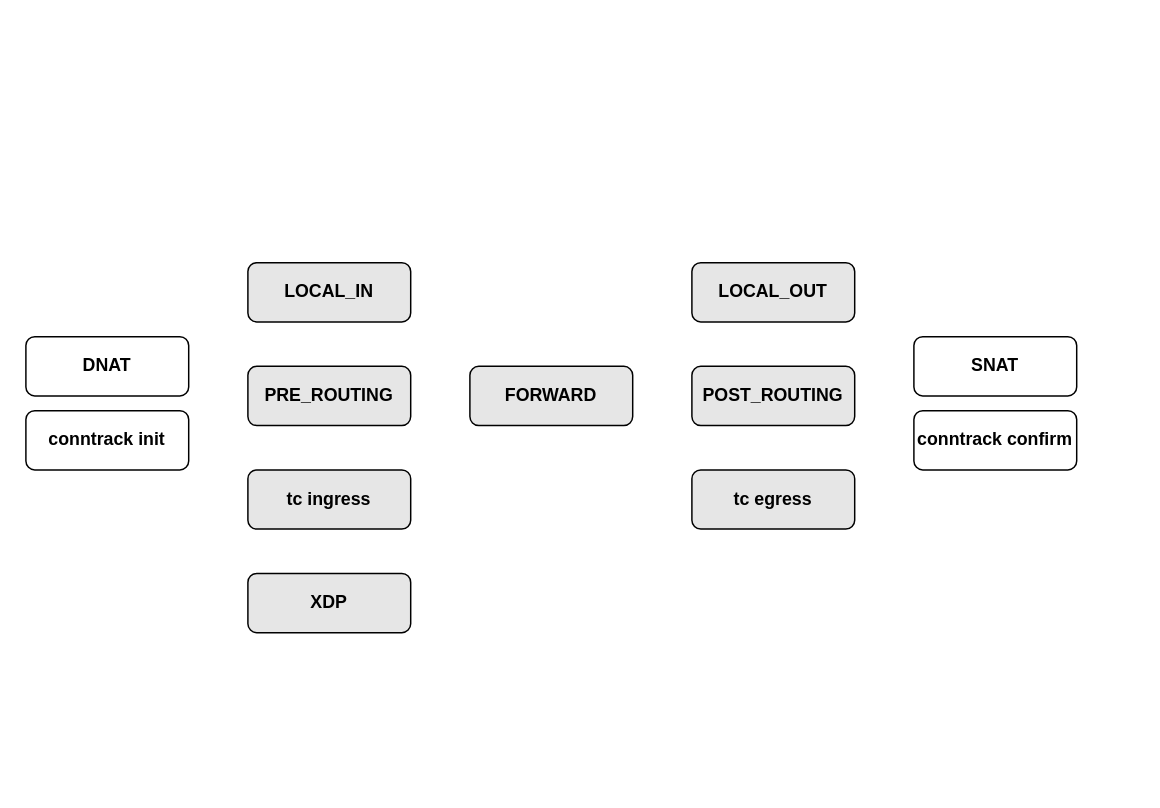
This is xmasq.drawio from AirbornWdd/doc, a draw.io file, before an edit. Source tidied: cells renumbered, new cells numbered last; positions are measured from the earlier drawing's top-left corner, leaving out a move shared by most shapes. Both pictures are drawn from the tidied source at 148%, with x=0, y=0 at pixel (25, 262).
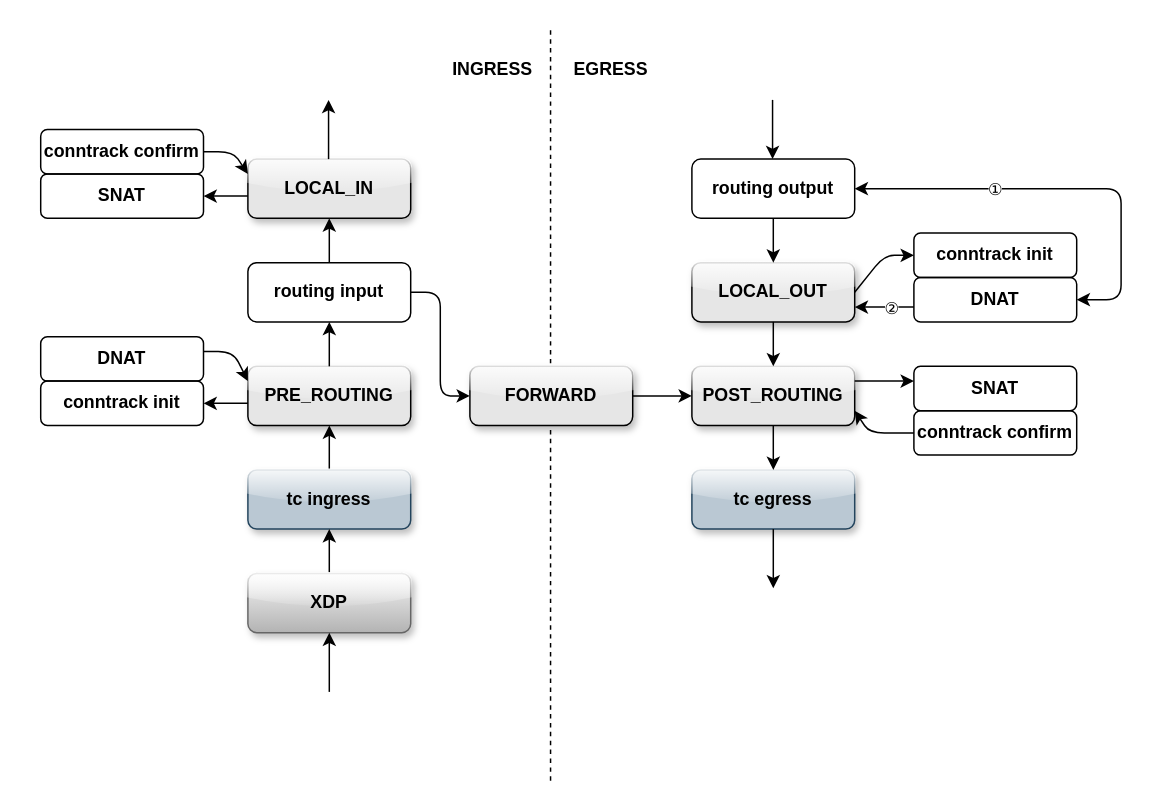
The same diagram, later.

Change to the diagram source:
```diff
@@
+    <mxCell id="14" style="edgeStyle=orthogonalEdgeStyle;rounded=0;jettySize=auto;html=1;" parent="1" edge="1" source="2" target="5">
+      <mxGeometry relative="1" as="geometry" />
+    </mxCell>
-    <mxCell id="2" value="&lt;b&gt;tc ingress&lt;/b&gt;" style="rounded=1;whiteSpace=wrap;html=1;fillColor=#E6E6E6;" parent="1" vertex="1">
+    <mxCell id="2" value="&lt;b&gt;tc ingress&lt;/b&gt;" style="rounded=1;whiteSpace=wrap;html=1;fillColor=#bac8d3;glass=1;shadow=1;sketch=0;strokeColor=#23445d;" parent="1" vertex="1">
       <mxGeometry x="150" y="140" width="110" height="40" as="geometry" />
     </mxCell>
-    <mxCell id="3" value="&lt;b&gt;tc egress&lt;/b&gt;" style="rounded=1;whiteSpace=wrap;html=1;fillColor=#E6E6E6;" parent="1" vertex="1">
+    <mxCell id="3" value="&lt;b&gt;tc egress&lt;/b&gt;" style="rounded=1;whiteSpace=wrap;html=1;fillColor=#bac8d3;glass=1;shadow=1;sketch=0;strokeColor=#23445d;" parent="1" vertex="1">
       <mxGeometry x="450" y="140" width="110" height="40" as="geometry" />
     </mxCell>
+    <mxCell id="15" style="edgeStyle=orthogonalEdgeStyle;rounded=0;jettySize=auto;html=1;entryX=0.5;entryY=1;entryDx=0;entryDy=0;" parent="1" edge="1" source="4" target="2">
+      <mxGeometry relative="1" as="geometry" />
+    </mxCell>
-    <mxCell id="4" value="&lt;b&gt;XDP&lt;/b&gt;" style="rounded=1;whiteSpace=wrap;html=1;fillColor=#E6E6E6;" parent="1" vertex="1">
+    <mxCell id="4" value="&lt;b&gt;XDP&lt;/b&gt;" style="rounded=1;whiteSpace=wrap;html=1;fillColor=#f5f5f5;glass=1;shadow=1;strokeColor=#666666;gradientColor=#b3b3b3;" parent="1" vertex="1">
       <mxGeometry x="150" y="210" width="110" height="40" as="geometry" />
     </mxCell>
-    <mxCell id="5" value="&lt;b&gt;PRE_ROUTING&lt;/b&gt;" style="rounded=1;whiteSpace=wrap;html=1;fillColor=#E6E6E6;" parent="1" vertex="1">
+    <mxCell id="5" value="&lt;b&gt;PRE_ROUTING&lt;/b&gt;" style="rounded=1;whiteSpace=wrap;html=1;fillColor=#E6E6E6;glass=1;shadow=1;" parent="1" vertex="1">
       <mxGeometry x="150" y="70" width="110" height="40" as="geometry" />
     </mxCell>
-    <mxCell id="6" value="&lt;b&gt;LOCAL_IN&lt;/b&gt;" style="rounded=1;whiteSpace=wrap;html=1;fillColor=#E6E6E6;" parent="1" vertex="1">
-      <mxGeometry x="150" width="110" height="40" as="geometry" />
+    <mxCell id="6" value="&lt;b&gt;LOCAL_IN&lt;/b&gt;" style="rounded=1;whiteSpace=wrap;html=1;fillColor=#E6E6E6;glass=1;shadow=1;" parent="1" vertex="1">
+      <mxGeometry x="150" y="-70" width="110" height="40" as="geometry" />
     </mxCell>
-    <mxCell id="7" value="&lt;b&gt;FORWARD&lt;/b&gt;" style="rounded=1;whiteSpace=wrap;html=1;fillColor=#E6E6E6;" parent="1" vertex="1">
-      <mxGeometry x="300" y="70" width="110" height="40" as="geometry" />
-    </mxCell>
-    <mxCell id="8" value="&lt;b&gt;LOCAL_OUT&lt;/b&gt;" style="rounded=1;whiteSpace=wrap;html=1;fillColor=#E6E6E6;" parent="1" vertex="1">
+    <mxCell id="8" value="&lt;b&gt;LOCAL_OUT&lt;/b&gt;" style="rounded=1;whiteSpace=wrap;html=1;fillColor=#E6E6E6;glass=1;shadow=1;" parent="1" vertex="1">
       <mxGeometry x="450" width="110" height="40" as="geometry" />
     </mxCell>
-    <mxCell id="9" value="&lt;b&gt;POST_ROUTING&lt;/b&gt;" style="rounded=1;whiteSpace=wrap;html=1;fillColor=#E6E6E6;" parent="1" vertex="1">
+    <mxCell id="9" value="&lt;b&gt;POST_ROUTING&lt;/b&gt;" style="rounded=1;whiteSpace=wrap;html=1;fillColor=#E6E6E6;glass=1;shadow=1;" parent="1" vertex="1">
       <mxGeometry x="450" y="70" width="110" height="40" as="geometry" />
     </mxCell>
     <mxCell id="10" value="&lt;b&gt;conntrack init&lt;/b&gt;" style="rounded=1;whiteSpace=wrap;html=1;fillColor=none;" parent="1" vertex="1">
-      <mxGeometry y="100" width="110" height="40" as="geometry" />
+      <mxGeometry x="10" y="80" width="110" height="30" as="geometry" />
     </mxCell>
-    <mxCell id="11" value="&lt;b&gt;conntrack confirm&lt;/b&gt;" style="rounded=1;whiteSpace=wrap;html=1;fillColor=none;" parent="1" vertex="1">
-      <mxGeometry x="600" y="100" width="110" height="40" as="geometry" />
-    </mxCell>
     <mxCell id="12" value="&lt;b&gt;DNAT&lt;/b&gt;" style="rounded=1;whiteSpace=wrap;html=1;fillColor=none;" parent="1" vertex="1">
-      <mxGeometry y="50" width="110" height="40" as="geometry" />
+      <mxGeometry x="10" y="50" width="110" height="30" as="geometry" />
     </mxCell>
-    <mxCell id="13" value="&lt;b&gt;SNAT&lt;/b&gt;" style="rounded=1;whiteSpace=wrap;html=1;fillColor=none;" parent="1" vertex="1">
-      <mxGeometry x="600" y="50" width="110" height="40" as="geometry" />
-    </mxCell>
+    <mxCell id="16" value="&lt;b&gt;routing input&lt;/b&gt;" style="rounded=1;whiteSpace=wrap;html=1;fillColor=none;" parent="1" vertex="1">
+      <mxGeometry x="150" width="110" height="40" as="geometry" />
+    </mxCell>
+    <mxCell id="17" value="&lt;b&gt;routing output&lt;/b&gt;" style="rounded=1;whiteSpace=wrap;html=1;fillColor=none;" parent="1" vertex="1">
+      <mxGeometry x="450" y="-70" width="110" height="40" as="geometry" />
+    </mxCell>
+    <mxCell id="18" value="&lt;b&gt;conntrack confirm&lt;/b&gt;" style="rounded=1;whiteSpace=wrap;html=1;fillColor=none;" parent="1" vertex="1">
+      <mxGeometry x="10" y="-90" width="110" height="30" as="geometry" />
+    </mxCell>
+    <mxCell id="19" value="&lt;b&gt;SNAT&lt;/b&gt;" style="rounded=1;whiteSpace=wrap;html=1;fillColor=none;" parent="1" vertex="1">
+      <mxGeometry x="10" y="-60" width="110" height="30" as="geometry" />
+    </mxCell>
+    <mxCell id="20" value="&lt;b&gt;conntrack init&lt;/b&gt;" style="rounded=1;whiteSpace=wrap;html=1;fillColor=none;" parent="1" vertex="1">
+      <mxGeometry x="600" y="-20" width="110" height="30" as="geometry" />
+    </mxCell>
+    <mxCell id="21" value="&lt;b&gt;DNAT&lt;/b&gt;" style="rounded=1;whiteSpace=wrap;html=1;fillColor=none;" parent="1" vertex="1">
+      <mxGeometry x="600" y="10" width="110" height="30" as="geometry" />
+    </mxCell>
+    <mxCell id="22" value="&lt;b&gt;conntrack confirm&lt;/b&gt;" style="rounded=1;whiteSpace=wrap;html=1;fillColor=none;" parent="1" vertex="1">
+      <mxGeometry x="600" y="100" width="110" height="30" as="geometry" />
+    </mxCell>
+    <mxCell id="23" value="&lt;b&gt;SNAT&lt;/b&gt;" style="rounded=1;whiteSpace=wrap;html=1;fillColor=none;" parent="1" vertex="1">
+      <mxGeometry x="600" y="70" width="110" height="30" as="geometry" />
+    </mxCell>
+    <mxCell id="24" style="endArrow=classic;html=1;entryX=0.5;entryY=1;entryDx=0;entryDy=0;" parent="1" edge="1" target="4">
+      <mxGeometry relative="1" as="geometry">
+        <mxPoint x="205" y="290" as="sourcePoint" />
+      </mxGeometry>
+    </mxCell>
+    <mxCell id="25" style="endArrow=classic;html=1;entryX=1;entryY=0.5;entryDx=0;entryDy=0;" parent="1" edge="1" target="10">
+      <mxGeometry relative="1" as="geometry">
+        <mxPoint x="150" y="95" as="sourcePoint" />
+      </mxGeometry>
+    </mxCell>
+    <mxCell id="26" style="endArrow=classic;html=1;entryX=0;entryY=0.25;entryDx=0;entryDy=0;" parent="1" edge="1" target="5">
+      <mxGeometry relative="1" as="geometry">
+        <mxPoint x="120" y="60" as="sourcePoint" />
+        <Array as="points">
+          <mxPoint x="140" y="60" />
+        </Array>
+      </mxGeometry>
+    </mxCell>
+    <mxCell id="27" style="endArrow=classic;html=1;exitX=0.5;exitY=0;exitDx=0;exitDy=0;entryX=0.5;entryY=1;entryDx=0;entryDy=0;" parent="1" edge="1" source="16" target="6">
+      <mxGeometry relative="1" as="geometry" />
+    </mxCell>
+    <mxCell id="28" style="endArrow=classic;html=1;entryX=1;entryY=0.5;entryDx=0;entryDy=0;" parent="1" edge="1" target="19">
+      <mxGeometry relative="1" as="geometry">
+        <mxPoint x="150" y="-45" as="sourcePoint" />
+      </mxGeometry>
+    </mxCell>
+    <mxCell id="29" style="endArrow=classic;html=1;exitX=1;exitY=0.5;exitDx=0;exitDy=0;entryX=0;entryY=0.25;entryDx=0;entryDy=0;" parent="1" edge="1" source="18" target="6">
+      <mxGeometry relative="1" as="geometry">
+        <Array as="points">
+          <mxPoint x="140" y="-75" />
+        </Array>
+      </mxGeometry>
+    </mxCell>
+    <mxCell id="30" style="endArrow=classic;html=1;exitX=0.5;exitY=0;exitDx=0;exitDy=0;entryX=0.5;entryY=1;entryDx=0;entryDy=0;" parent="1" edge="1" source="5" target="16">
+      <mxGeometry relative="1" as="geometry" />
+    </mxCell>
+    <mxCell id="31" style="endArrow=classic;html=1;entryX=0.5;entryY=1;entryDx=0;entryDy=0;" parent="1" edge="1">
+      <mxGeometry relative="1" as="geometry">
+        <mxPoint x="204.5" y="-70" as="sourcePoint" />
+        <mxPoint x="204.5" y="-110" as="targetPoint" />
+      </mxGeometry>
+    </mxCell>
+    <mxCell id="32" style="endArrow=classic;html=1;exitX=1;exitY=0.5;exitDx=0;exitDy=0;entryX=0;entryY=0.5;entryDx=0;entryDy=0;" parent="1" edge="1" source="16" target="7">
+      <mxGeometry relative="1" as="geometry">
+        <Array as="points">
+          <mxPoint x="280" y="20" />
+          <mxPoint x="280" y="90" />
+        </Array>
+      </mxGeometry>
+    </mxCell>
+    <mxCell id="33" style="endArrow=classic;html=1;exitX=1;exitY=0.5;exitDx=0;exitDy=0;entryX=0;entryY=0.5;entryDx=0;entryDy=0;" parent="1" edge="1" source="7" target="9">
+      <mxGeometry relative="1" as="geometry" />
+    </mxCell>
+    <mxCell id="34" style="endArrow=classic;html=1;exitX=1;exitY=0.25;exitDx=0;exitDy=0;" parent="1" edge="1" source="9">
+      <mxGeometry relative="1" as="geometry">
+        <mxPoint x="600" y="80" as="targetPoint" />
+      </mxGeometry>
+    </mxCell>
+    <mxCell id="35" style="endArrow=classic;html=1;exitX=0;exitY=0.5;exitDx=0;exitDy=0;entryX=1;entryY=0.75;entryDx=0;entryDy=0;" parent="1" edge="1" source="22" target="9">
+      <mxGeometry relative="1" as="geometry">
+        <Array as="points">
+          <mxPoint x="570" y="115" />
+        </Array>
+      </mxGeometry>
+    </mxCell>
+    <mxCell id="36" style="endArrow=classic;html=1;exitX=0.5;exitY=1;exitDx=0;exitDy=0;" parent="1" edge="1" source="9" target="3">
+      <mxGeometry relative="1" as="geometry" />
+    </mxCell>
+    <mxCell id="37" style="endArrow=classic;html=1;exitX=0.5;exitY=1;exitDx=0;exitDy=0;" parent="1" edge="1" source="3">
+      <mxGeometry relative="1" as="geometry">
+        <mxPoint x="505" y="220" as="targetPoint" />
+      </mxGeometry>
+    </mxCell>
+    <mxCell id="38" style="endArrow=classic;html=1;exitX=0.5;exitY=1;exitDx=0;exitDy=0;" parent="1" edge="1">
+      <mxGeometry relative="1" as="geometry">
+        <mxPoint x="504.5" y="-110" as="sourcePoint" />
+        <mxPoint x="504.5" y="-70" as="targetPoint" />
+      </mxGeometry>
+    </mxCell>
+    <mxCell id="39" style="endArrow=classic;html=1;exitX=0.5;exitY=1;exitDx=0;exitDy=0;" parent="1" edge="1" source="17" target="8">
+      <mxGeometry relative="1" as="geometry" />
+    </mxCell>
+    <mxCell id="40" style="endArrow=classic;html=1;exitX=1;exitY=0.5;exitDx=0;exitDy=0;entryX=0;entryY=0.5;entryDx=0;entryDy=0;" parent="1" edge="1" source="8" target="20">
+      <mxGeometry relative="1" as="geometry">
+        <Array as="points">
+          <mxPoint x="580" y="-5" />
+        </Array>
+      </mxGeometry>
+    </mxCell>
+    <mxCell id="41" style="endArrow=classic;html=1;exitX=1;exitY=0.5;exitDx=0;exitDy=0;entryX=1;entryY=0.5;entryDx=0;entryDy=0;startArrow=classic;startFill=1;" parent="1" edge="1" source="17" target="21">
+      <mxGeometry relative="1" as="geometry">
+        <Array as="points">
+          <mxPoint x="740" y="-50" />
+          <mxPoint x="740" y="25" />
+        </Array>
+      </mxGeometry>
+    </mxCell>
+    <mxCell id="42" value="①" style="edgeLabel;html=1;align=center;verticalAlign=middle;" parent="41" vertex="1">
+      <mxGeometry x="-0.34" relative="1" as="geometry" />
+    </mxCell>
+    <mxCell id="43" style="endArrow=classic;html=1;entryX=1;entryY=0.75;entryDx=0;entryDy=0;" parent="1" edge="1" target="8">
+      <mxGeometry relative="1" as="geometry">
+        <mxPoint x="600" y="30" as="sourcePoint" />
+      </mxGeometry>
+    </mxCell>
+    <mxCell id="44" value="②" style="edgeLabel;html=1;align=center;verticalAlign=middle;" parent="43" vertex="1">
+      <mxGeometry x="-0.2" relative="1" as="geometry" />
+    </mxCell>
+    <mxCell id="45" style="endArrow=classic;html=1;exitX=0.5;exitY=1;exitDx=0;exitDy=0;" parent="1" edge="1" source="8" target="9">
+      <mxGeometry relative="1" as="geometry" />
+    </mxCell>
+    <mxCell id="46" style="endArrow=none;dashed=1;html=1;" parent="1" edge="1">
+      <mxGeometry relative="1" as="geometry">
+        <mxPoint x="354.5" y="350" as="sourcePoint" />
+        <mxPoint x="354.5" y="-160" as="targetPoint" />
+      </mxGeometry>
+    </mxCell>
+    <mxCell id="7" value="&lt;b&gt;FORWARD&lt;/b&gt;" style="rounded=1;whiteSpace=wrap;html=1;fillColor=#E6E6E6;glass=1;shadow=1;" parent="1" vertex="1">
+      <mxGeometry x="300" y="70" width="110" height="40" as="geometry" />
+    </mxCell>
+    <mxCell id="47" value="INGRESS" style="text;html=1;align=center;verticalAlign=middle;fontStyle=1;" parent="1" vertex="1">
+      <mxGeometry x="280" y="-140" width="70" height="20" as="geometry" />
+    </mxCell>
+    <mxCell id="48" value="EGRESS" style="text;html=1;align=center;verticalAlign=middle;fontStyle=1;" parent="1" vertex="1">
+      <mxGeometry x="360" y="-140" width="70" height="20" as="geometry" />
+    </mxCell>
```
